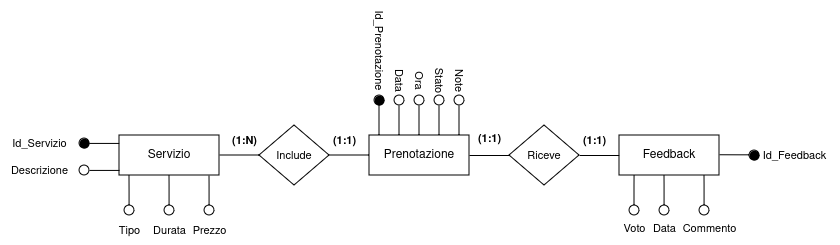
Before: fase_due/images/rifinitura_prenotazione.png, a diagram exported from draw.io (IonutZbir/ProgettoDatabase). Source tidied: cells renumbered, new cells last; positions are measured from the earlier drawing's top-left corner, leaving out a move shared by most shapes.
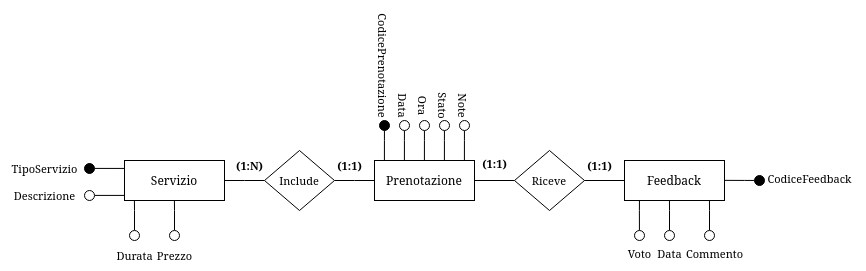
Later version of the same file.

Change to the diagram source:
```diff
@@ -17,16 +17,16 @@
     </mxCell>
     <mxCell id="4" style="edgeStyle=orthogonalEdgeStyle;shape=connector;rounded=0;orthogonalLoop=1;jettySize=auto;html=1;strokeColor=default;align=center;verticalAlign=middle;fontFamily=Helvetica;fontSize=11;fontColor=default;labelBackgroundColor=default;endArrow=none;endFill=0;" parent="1" edge="1">
       <mxGeometry relative="1" as="geometry">
-        <mxPoint x="210" y="170" as="sourcePoint" />
-        <mxPoint x="209.9" y="140" as="targetPoint" />
+        <mxPoint x="170" y="170" as="sourcePoint" />
+        <mxPoint x="169.9" y="140" as="targetPoint" />
         <Array as="points">
-          <mxPoint x="209.9" y="150" />
-          <mxPoint x="209.9" y="150" />
+          <mxPoint x="169.9" y="150" />
+          <mxPoint x="169.9" y="150" />
         </Array>
       </mxGeometry>
     </mxCell>
     <mxCell id="5" style="ellipse;whiteSpace=wrap;html=1;fontFamily=Helvetica;fontSize=11;fontColor=default;labelBackgroundColor=default;" parent="1" vertex="1">
-      <mxGeometry x="205" y="170" width="10" height="10" as="geometry" />
+      <mxGeometry x="165" y="170" width="10" height="10" as="geometry" />
     </mxCell>
     <mxCell id="6" style="edgeStyle=orthogonalEdgeStyle;rounded=0;jettySize=auto;html=1;endArrow=none;endFill=0;" parent="1" edge="1" source="7">
       <mxGeometry relative="1" as="geometry">
@@ -104,8 +104,8 @@
     <mxCell id="21" style="ellipse;whiteSpace=wrap;html=1;fontFamily=Helvetica;fontSize=11;fontColor=default;labelBackgroundColor=default;fillColor=#000000;" parent="1" vertex="1">
       <mxGeometry x="375" y="60" width="10" height="10" as="geometry" />
     </mxCell>
-    <mxCell id="22" value="Id_Prenotazione" style="text;html=1;align=center;verticalAlign=middle;strokeColor=none;fillColor=none;fontFamily=Helvetica;fontSize=11;fontColor=default;labelBackgroundColor=default;rotation=90;" parent="1" vertex="1">
-      <mxGeometry x="330" width="100" height="30" as="geometry" />
+    <mxCell id="22" value="CodicePrenotazione" style="text;html=1;align=center;verticalAlign=middle;strokeColor=none;fillColor=none;fontFamily=Helvetica;fontSize=11;fontColor=default;labelBackgroundColor=default;rotation=90;" parent="1" vertex="1">
+      <mxGeometry x="315" y="-10" width="130" height="30" as="geometry" />
     </mxCell>
     <mxCell id="23" value="Data" style="text;html=1;align=center;verticalAlign=middle;strokeColor=none;fillColor=none;fontFamily=Helvetica;fontSize=11;fontColor=default;labelBackgroundColor=default;rotation=90;" parent="1" vertex="1">
       <mxGeometry x="375" y="30" width="50" height="30" as="geometry" />
@@ -145,46 +145,30 @@
     <mxCell id="30" value="Note" style="text;html=1;align=center;verticalAlign=middle;strokeColor=none;fillColor=none;fontFamily=Helvetica;fontSize=11;fontColor=default;labelBackgroundColor=default;rotation=90;" parent="1" vertex="1">
       <mxGeometry x="435" y="30" width="50" height="30" as="geometry" />
     </mxCell>
-    <mxCell id="31" style="edgeStyle=orthogonalEdgeStyle;shape=connector;rounded=0;orthogonalLoop=1;jettySize=auto;html=1;strokeColor=default;align=center;verticalAlign=middle;fontFamily=Helvetica;fontSize=11;fontColor=default;labelBackgroundColor=default;endArrow=none;endFill=0;" parent="1" edge="1">
-      <mxGeometry relative="1" as="geometry">
-        <mxPoint x="130" y="170" as="sourcePoint" />
-        <mxPoint x="129.9" y="140" as="targetPoint" />
-        <Array as="points">
-          <mxPoint x="129.9" y="157" />
-          <mxPoint x="129.9" y="157" />
-        </Array>
-      </mxGeometry>
-    </mxCell>
     <mxCell id="32" style="ellipse;whiteSpace=wrap;html=1;fontFamily=Helvetica;fontSize=11;fontColor=default;labelBackgroundColor=default;fillColor=#000000;" parent="1" vertex="1">
       <mxGeometry x="80" y="103" width="10" height="10" as="geometry" />
     </mxCell>
-    <mxCell id="33" value="Id_Servizio" style="text;html=1;align=center;verticalAlign=middle;strokeColor=none;fillColor=none;fontFamily=Helvetica;fontSize=11;fontColor=default;labelBackgroundColor=default;" parent="1" vertex="1">
-      <mxGeometry y="93" width="80" height="30" as="geometry" />
+    <mxCell id="33" value="TipoServizio" style="text;html=1;align=center;verticalAlign=middle;strokeColor=none;fillColor=none;fontFamily=Helvetica;fontSize=11;fontColor=default;labelBackgroundColor=default;" parent="1" vertex="1">
+      <mxGeometry x="-5" y="93" width="90" height="30" as="geometry" />
     </mxCell>
-    <mxCell id="34" value="Tipo" style="text;html=1;align=center;verticalAlign=middle;strokeColor=none;fillColor=none;fontFamily=Helvetica;fontSize=11;fontColor=default;labelBackgroundColor=default;" parent="1" vertex="1">
-      <mxGeometry x="110" y="180" width="40" height="30" as="geometry" />
-    </mxCell>
     <mxCell id="35" style="edgeStyle=orthogonalEdgeStyle;shape=connector;rounded=0;orthogonalLoop=1;jettySize=auto;html=1;strokeColor=default;align=center;verticalAlign=middle;fontFamily=Helvetica;fontSize=11;fontColor=default;labelBackgroundColor=default;endArrow=none;endFill=0;" parent="1" edge="1">
       <mxGeometry relative="1" as="geometry">
-        <mxPoint x="170" y="170" as="sourcePoint" />
-        <mxPoint x="169.9" y="140" as="targetPoint" />
+        <mxPoint x="130" y="170" as="sourcePoint" />
+        <mxPoint x="129.9" y="140" as="targetPoint" />
         <Array as="points">
-          <mxPoint x="169.9" y="150" />
-          <mxPoint x="169.9" y="150" />
+          <mxPoint x="129.9" y="150" />
+          <mxPoint x="129.9" y="150" />
         </Array>
       </mxGeometry>
     </mxCell>
     <mxCell id="36" style="ellipse;whiteSpace=wrap;html=1;fontFamily=Helvetica;fontSize=11;fontColor=default;labelBackgroundColor=default;" parent="1" vertex="1">
-      <mxGeometry x="165" y="170" width="10" height="10" as="geometry" />
+      <mxGeometry x="125" y="170" width="10" height="10" as="geometry" />
     </mxCell>
-    <mxCell id="37" style="ellipse;whiteSpace=wrap;html=1;fontFamily=Helvetica;fontSize=11;fontColor=default;labelBackgroundColor=default;" parent="1" vertex="1">
-      <mxGeometry x="125" y="170" width="10" height="10" as="geometry" />
-    </mxCell>
     <mxCell id="38" value="Durata" style="text;html=1;align=center;verticalAlign=middle;strokeColor=none;fillColor=none;fontFamily=Helvetica;fontSize=11;fontColor=default;labelBackgroundColor=default;" parent="1" vertex="1">
-      <mxGeometry x="140" y="180" width="60" height="30" as="geometry" />
+      <mxGeometry x="100" y="180" width="60" height="30" as="geometry" />
     </mxCell>
     <mxCell id="39" value="Prezzo" style="text;html=1;align=center;verticalAlign=middle;strokeColor=none;fillColor=none;fontFamily=Helvetica;fontSize=11;fontColor=default;labelBackgroundColor=default;" parent="1" vertex="1">
-      <mxGeometry x="180" y="180" width="60" height="30" as="geometry" />
+      <mxGeometry x="140" y="180" width="60" height="30" as="geometry" />
     </mxCell>
     <mxCell id="40" style="edgeStyle=orthogonalEdgeStyle;shape=connector;rounded=0;orthogonalLoop=1;jettySize=auto;html=1;strokeColor=default;align=center;verticalAlign=middle;fontFamily=Helvetica;fontSize=11;fontColor=default;labelBackgroundColor=default;endArrow=none;endFill=0;" parent="1" edge="1">
       <mxGeometry relative="1" as="geometry">
@@ -208,8 +192,8 @@
         </Array>
       </mxGeometry>
     </mxCell>
-    <mxCell id="44" value="Id_Feedback" style="text;html=1;align=center;verticalAlign=middle;strokeColor=none;fillColor=none;fontFamily=Helvetica;fontSize=11;fontColor=default;labelBackgroundColor=default;" parent="1" vertex="1">
-      <mxGeometry x="750" y="105" width="90" height="30" as="geometry" />
+    <mxCell id="44" value="CodiceFeedback" style="text;html=1;align=center;verticalAlign=middle;strokeColor=none;fillColor=none;fontFamily=Helvetica;fontSize=11;fontColor=default;labelBackgroundColor=default;" parent="1" vertex="1">
+      <mxGeometry x="750" y="103" width="110" height="30" as="geometry" />
     </mxCell>
     <mxCell id="45" style="edgeStyle=orthogonalEdgeStyle;shape=connector;rounded=0;jettySize=auto;html=1;strokeColor=default;align=center;verticalAlign=middle;fontFamily=Helvetica;fontSize=11;fontColor=default;labelBackgroundColor=default;endArrow=none;endFill=0;exitX=0.5;exitY=0;exitDx=0;exitDy=0;" parent="1" edge="1" source="46">
       <mxGeometry relative="1" as="geometry">
```
